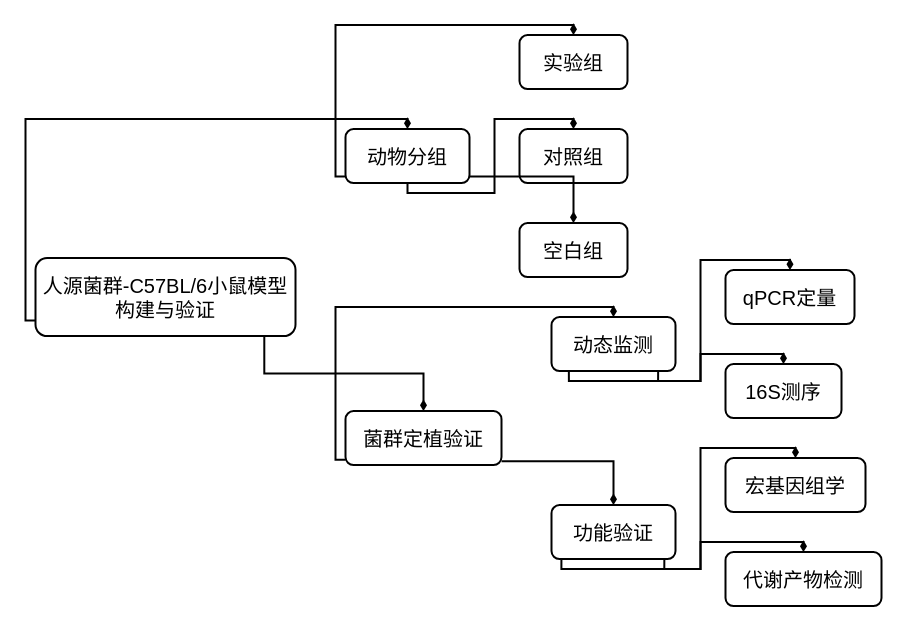
This is 技术路线图2.drawio from DavidWang2019/TEST, a draw.io file, before an edit. Source tidied: cells renumbered, new cells numbered last; positions are measured from the earlier drawing's top-left corner, leaving out a move shared by most shapes. Both pictures are drawn from the tidied source at 100%, with x=0, y=0 at pixel (35, 35).
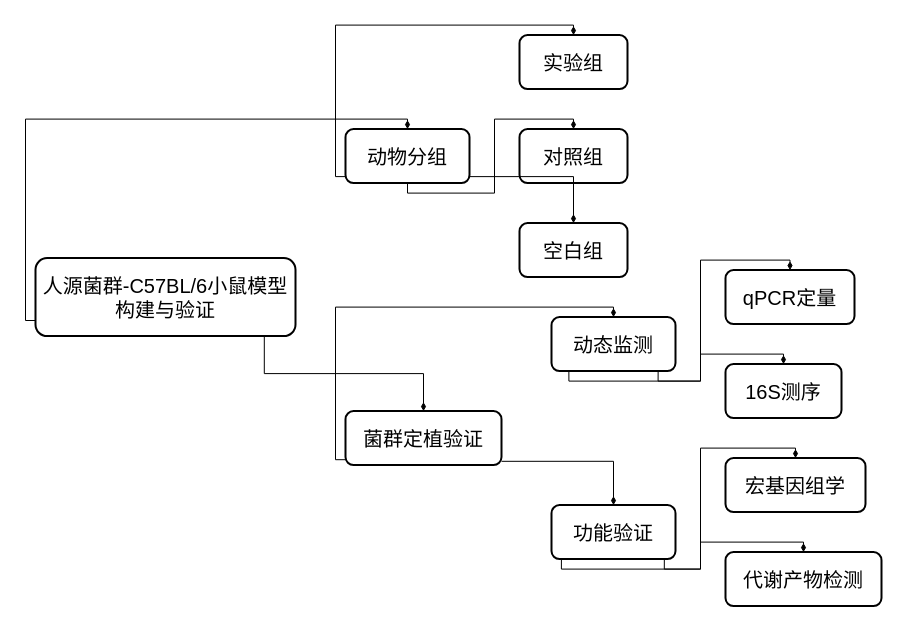
The same page after the edit.

Commit message (it also covers changes not shown here):
更新技术路线图2.drawio

The change refers to these unchanged cells:
```xml
<mxCell id="2" value="人源菌群-C57BL/6小鼠模型构建与验证" style="whiteSpace=wrap;strokeWidth=2;rounded=1;glass=0;fontSize=20;" parent="1" vertex="1">
  <mxGeometry y="222.6" width="260" height="78" as="geometry" />
</mxCell>
<mxCell id="3" value="动物分组" style="whiteSpace=wrap;strokeWidth=2;rounded=1;glass=0;fontSize=20;" parent="1" vertex="1">
  <mxGeometry x="310" y="93.6" width="124" height="54" as="geometry" />
</mxCell>
<mxCell id="4" value="菌群定植验证" style="whiteSpace=wrap;strokeWidth=2;rounded=1;glass=0;fontSize=20;" parent="1" vertex="1">
  <mxGeometry x="310" y="375.6" width="156" height="54" as="geometry" />
</mxCell>
<mxCell id="5" value="实验组" style="whiteSpace=wrap;strokeWidth=2;rounded=1;glass=0;fontSize=20;" parent="1" vertex="1">
  <mxGeometry x="484" y="-0.4" width="108" height="54" as="geometry" />
</mxCell>
<mxCell id="6" value="对照组" style="whiteSpace=wrap;strokeWidth=2;rounded=1;glass=0;fontSize=20;" parent="1" vertex="1">
  <mxGeometry x="484" y="93.6" width="108" height="54" as="geometry" />
</mxCell>
<mxCell id="7" value="空白组" style="whiteSpace=wrap;strokeWidth=2;rounded=1;glass=0;fontSize=20;" parent="1" vertex="1">
  <mxGeometry x="484" y="187.6" width="108" height="54" as="geometry" />
</mxCell>
<mxCell id="8" value="动态监测" style="whiteSpace=wrap;strokeWidth=2;rounded=1;glass=0;fontSize=20;" parent="1" vertex="1">
  <mxGeometry x="516" y="281.6" width="124" height="54" as="geometry" />
</mxCell>
<mxCell id="9" value="功能验证" style="whiteSpace=wrap;strokeWidth=2;rounded=1;glass=0;fontSize=20;" parent="1" vertex="1">
  <mxGeometry x="516" y="469.6" width="124" height="54" as="geometry" />
</mxCell>
<mxCell id="10" value="qPCR定量" style="whiteSpace=wrap;strokeWidth=2;rounded=1;glass=0;fontSize=20;" parent="1" vertex="1">
  <mxGeometry x="690" y="234.6" width="129" height="54" as="geometry" />
</mxCell>
<mxCell id="11" value="16S测序" style="whiteSpace=wrap;strokeWidth=2;rounded=1;glass=0;fontSize=20;" parent="1" vertex="1">
  <mxGeometry x="690" y="328.6" width="116" height="54" as="geometry" />
</mxCell>
<mxCell id="12" value="宏基因组学" style="whiteSpace=wrap;strokeWidth=2;rounded=1;glass=0;fontSize=20;" parent="1" vertex="1">
  <mxGeometry x="690" y="422.6" width="140" height="54" as="geometry" />
</mxCell>
<mxCell id="13" value="代谢产物检测" style="whiteSpace=wrap;strokeWidth=2;rounded=1;glass=0;fontSize=20;" parent="1" vertex="1">
  <mxGeometry x="690" y="516.6" width="156" height="54" as="geometry" />
</mxCell>
```

What changed in the source:
```diff
@@
-    <mxCell id="14" style="startArrow=none;endArrow=diamondThin;exitX=0;exitY=0.8;entryX=0.5;entryY=0;rounded=0;strokeWidth=2;endFill=1;orthogonal=1;edgeStyle=orthogonalEdgeStyle;" parent="1" edge="1" source="2" target="3">
+    <mxCell id="14" style="startArrow=none;endArrow=diamondThin;exitX=0;exitY=0.8;entryX=0.5;entryY=0;rounded=0;strokeWidth=1;endFill=1;orthogonal=1;edgeStyle=orthogonalEdgeStyle;" parent="1" edge="1" source="2" target="3">
       <mxGeometry relative="1" as="geometry" />
     </mxCell>
-    <mxCell id="15" style="startArrow=none;endArrow=diamondThin;exitX=0.88;exitY=1;entryX=0.5;entryY=0;rounded=0;strokeWidth=2;endFill=1;orthogonal=1;edgeStyle=orthogonalEdgeStyle;" parent="1" edge="1" source="2" target="4">
+    <mxCell id="15" style="startArrow=none;endArrow=diamondThin;exitX=0.88;exitY=1;entryX=0.5;entryY=0;rounded=0;strokeWidth=1;endFill=1;orthogonal=1;edgeStyle=orthogonalEdgeStyle;" parent="1" edge="1" source="2" target="4">
       <mxGeometry relative="1" as="geometry" />
     </mxCell>
-    <mxCell id="16" style="startArrow=none;endArrow=diamondThin;exitX=0;exitY=0.88;entryX=0.5;entryY=0;rounded=0;strokeWidth=2;endFill=1;orthogonal=1;edgeStyle=orthogonalEdgeStyle;" parent="1" edge="1" source="3" target="5">
+    <mxCell id="16" style="startArrow=none;endArrow=diamondThin;exitX=0;exitY=0.88;entryX=0.5;entryY=0;rounded=0;strokeWidth=1;endFill=1;orthogonal=1;edgeStyle=orthogonalEdgeStyle;" parent="1" edge="1" source="3" target="5">
       <mxGeometry relative="1" as="geometry" />
     </mxCell>
-    <mxCell id="17" style="startArrow=none;endArrow=diamondThin;exitX=0.5;exitY=1;entryX=0.5;entryY=0;rounded=0;strokeWidth=2;endFill=1;orthogonal=1;edgeStyle=orthogonalEdgeStyle;" parent="1" edge="1" source="3" target="6">
+    <mxCell id="17" style="startArrow=none;endArrow=diamondThin;exitX=0.5;exitY=1;entryX=0.5;entryY=0;rounded=0;strokeWidth=1;endFill=1;orthogonal=1;edgeStyle=orthogonalEdgeStyle;" parent="1" edge="1" source="3" target="6">
       <mxGeometry relative="1" as="geometry" />
     </mxCell>
-    <mxCell id="18" style="startArrow=none;endArrow=diamondThin;exitX=1;exitY=0.88;entryX=0.5;entryY=0;rounded=0;strokeWidth=2;endFill=1;orthogonal=1;edgeStyle=orthogonalEdgeStyle;" parent="1" edge="1" source="3" target="7">
+    <mxCell id="18" style="startArrow=none;endArrow=diamondThin;exitX=1;exitY=0.88;entryX=0.5;entryY=0;rounded=0;strokeWidth=1;endFill=1;orthogonal=1;edgeStyle=orthogonalEdgeStyle;" parent="1" edge="1" source="3" target="7">
       <mxGeometry relative="1" as="geometry" />
     </mxCell>
-    <mxCell id="19" style="startArrow=none;endArrow=diamondThin;exitX=0;exitY=0.9;entryX=0.5;entryY=0;rounded=0;strokeWidth=2;endFill=1;orthogonal=1;edgeStyle=orthogonalEdgeStyle;" parent="1" edge="1" source="4" target="8">
+    <mxCell id="19" style="startArrow=none;endArrow=diamondThin;exitX=0;exitY=0.9;entryX=0.5;entryY=0;rounded=0;strokeWidth=1;endFill=1;orthogonal=1;edgeStyle=orthogonalEdgeStyle;" parent="1" edge="1" source="4" target="8">
       <mxGeometry relative="1" as="geometry" />
     </mxCell>
-    <mxCell id="20" style="startArrow=none;endArrow=diamondThin;exitX=1;exitY=0.93;entryX=0.5;entryY=0;rounded=0;strokeWidth=2;endFill=1;orthogonal=1;edgeStyle=orthogonalEdgeStyle;" parent="1" edge="1" source="4" target="9">
+    <mxCell id="20" style="startArrow=none;endArrow=diamondThin;exitX=1;exitY=0.93;entryX=0.5;entryY=0;rounded=0;strokeWidth=1;endFill=1;orthogonal=1;edgeStyle=orthogonalEdgeStyle;" parent="1" edge="1" source="4" target="9">
       <mxGeometry relative="1" as="geometry" />
     </mxCell>
-    <mxCell id="21" style="startArrow=none;endArrow=diamondThin;exitX=0.14;exitY=1;entryX=0.5;entryY=0;rounded=0;strokeWidth=2;endFill=1;orthogonal=1;edgeStyle=orthogonalEdgeStyle;" parent="1" edge="1" source="8" target="10">
+    <mxCell id="21" style="startArrow=none;endArrow=diamondThin;exitX=0.14;exitY=1;entryX=0.5;entryY=0;rounded=0;strokeWidth=1;endFill=1;orthogonal=1;edgeStyle=orthogonalEdgeStyle;" parent="1" edge="1" source="8" target="10">
       <mxGeometry relative="1" as="geometry" />
     </mxCell>
-    <mxCell id="22" style="startArrow=none;endArrow=diamondThin;exitX=0.86;exitY=1;entryX=0.5;entryY=0;rounded=0;strokeWidth=2;endFill=1;orthogonal=1;edgeStyle=orthogonalEdgeStyle;" parent="1" edge="1" source="8" target="11">
+    <mxCell id="22" style="startArrow=none;endArrow=diamondThin;exitX=0.86;exitY=1;entryX=0.5;entryY=0;rounded=0;strokeWidth=1;endFill=1;orthogonal=1;edgeStyle=orthogonalEdgeStyle;" parent="1" edge="1" source="8" target="11">
       <mxGeometry relative="1" as="geometry" />
     </mxCell>
-    <mxCell id="23" style="startArrow=none;endArrow=diamondThin;exitX=0.08;exitY=1;entryX=0.5;entryY=0;rounded=0;strokeWidth=2;endFill=1;orthogonal=1;edgeStyle=orthogonalEdgeStyle;" parent="1" edge="1" source="9" target="12">
+    <mxCell id="23" style="startArrow=none;endArrow=diamondThin;exitX=0.08;exitY=1;entryX=0.5;entryY=0;rounded=0;strokeWidth=1;endFill=1;orthogonal=1;edgeStyle=orthogonalEdgeStyle;" parent="1" edge="1" source="9" target="12">
       <mxGeometry relative="1" as="geometry" />
     </mxCell>
-    <mxCell id="24" style="startArrow=none;endArrow=diamondThin;exitX=0.91;exitY=1;entryX=0.5;entryY=0;rounded=0;strokeWidth=2;endFill=1;orthogonal=1;edgeStyle=orthogonalEdgeStyle;" parent="1" edge="1" source="9" target="13">
+    <mxCell id="24" style="startArrow=none;endArrow=diamondThin;exitX=0.91;exitY=1;entryX=0.5;entryY=0;rounded=0;strokeWidth=1;endFill=1;orthogonal=1;edgeStyle=orthogonalEdgeStyle;" parent="1" edge="1" source="9" target="13">
       <mxGeometry relative="1" as="geometry" />
     </mxCell>
```
